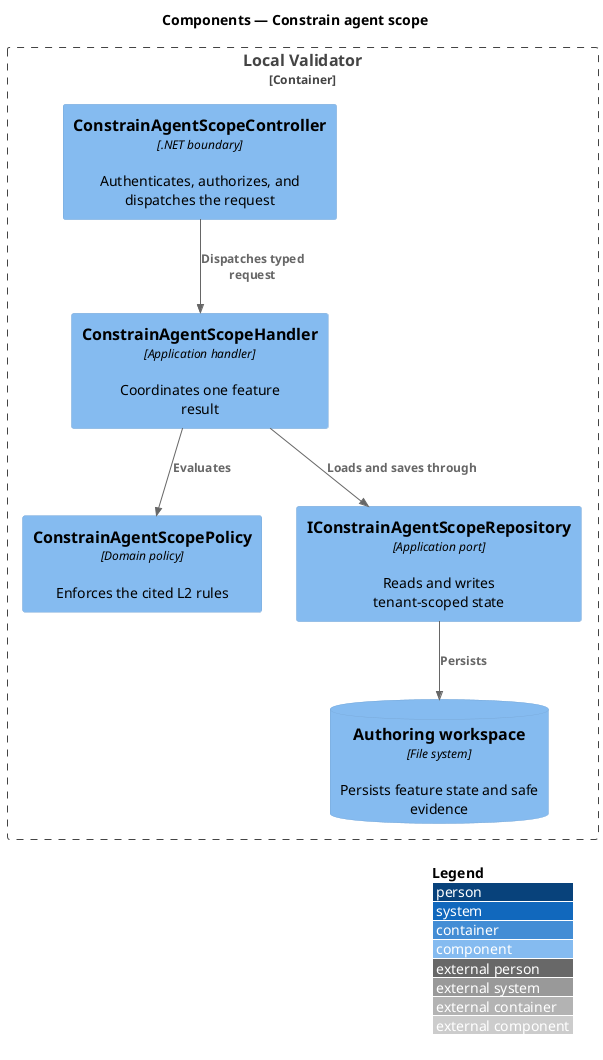
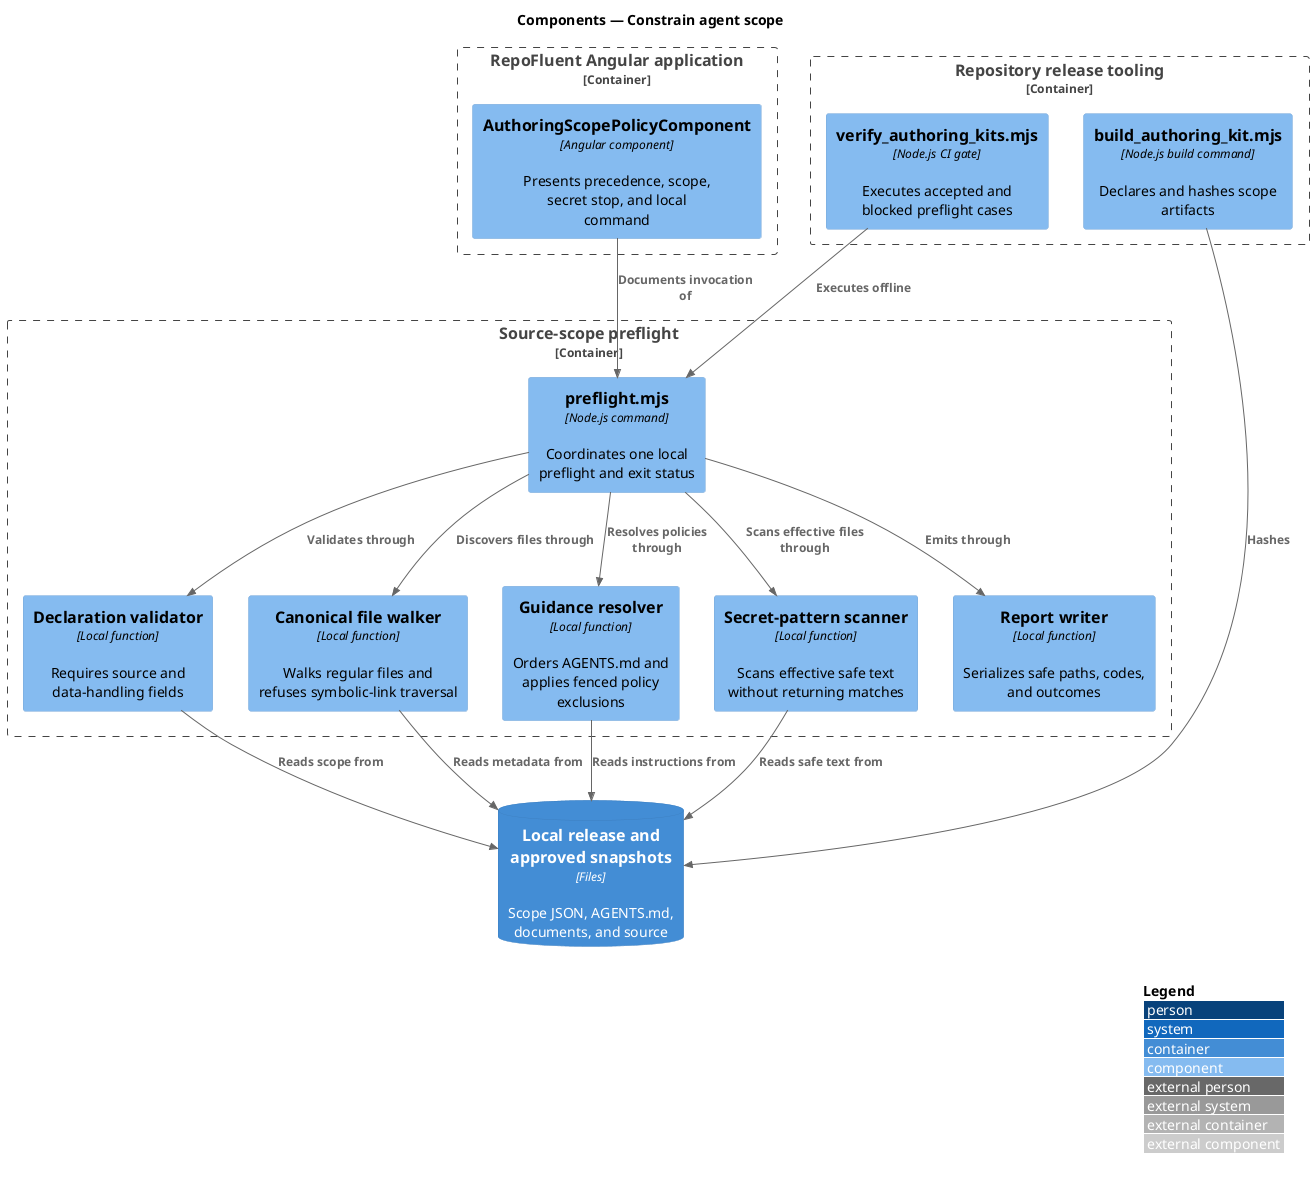
@startuml
!include <C4/C4_Component>
LAYOUT_WITH_LEGEND()
title Components — Constrain agent scope

- Container_Boundary(api, "Local Validator") {
-   Component(controller, "ConstrainAgentScopeController", ".NET boundary", "Authenticates, authorizes, and dispatches the request")
-   Component(handler, "ConstrainAgentScopeHandler", "Application handler", "Coordinates one feature result")
-   Component(policy, "ConstrainAgentScopePolicy", "Domain policy", "Enforces the cited L2 rules")
-   Component(repository, "IConstrainAgentScopeRepository", "Application port", "Reads and writes tenant-scoped state")
-   ComponentDb(store, "Authoring workspace", "File system", "Persists feature state and safe evidence")
+ Container_Boundary(web, "RepoFluent Angular application") {
+   Component(policyView, "AuthoringScopePolicyComponent", "Angular component", "Presents precedence, scope, secret stop, and local command")
}
+ Container_Boundary(command, "Source-scope preflight") {
+   Component(orchestrator, "preflight.mjs", "Node.js command", "Coordinates one local preflight and exit status")
+   Component(declaration, "Declaration validator", "Local function", "Requires source and data-handling fields")
+   Component(walker, "Canonical file walker", "Local function", "Walks regular files and refuses symbolic-link traversal")
+   Component(guidance, "Guidance resolver", "Local function", "Orders AGENTS.md and applies fenced policy exclusions")
+   Component(scanner, "Secret-pattern scanner", "Local function", "Scans effective safe text without returning matches")
+   Component(report, "Report writer", "Local function", "Serializes safe paths, codes, and outcomes")
+ }
+ Container_Boundary(tooling, "Repository release tooling") {
+   Component(builder, "build_authoring_kit.mjs", "Node.js build command", "Declares and hashes scope artifacts")
+   Component(gate, "verify_authoring_kits.mjs", "Node.js CI gate", "Executes accepted and blocked preflight cases")
+ }
+ ContainerDb(files, "Local release and approved snapshots", "Files", "Scope JSON, AGENTS.md, documents, and source")

- Rel(controller, handler, "Dispatches typed request")
- Rel(handler, policy, "Evaluates")
- Rel(handler, repository, "Loads and saves through")
- Rel(repository, store, "Persists")
+ Rel(policyView, orchestrator, "Documents invocation of")
+ Rel(orchestrator, declaration, "Validates through")
+ Rel(orchestrator, walker, "Discovers files through")
+ Rel(orchestrator, guidance, "Resolves policies through")
+ Rel(orchestrator, scanner, "Scans effective files through")
+ Rel(orchestrator, report, "Emits through")
+ Rel(declaration, files, "Reads scope from")
+ Rel(walker, files, "Reads metadata from")
+ Rel(guidance, files, "Reads instructions from")
+ Rel(scanner, files, "Reads safe text from")
+ Rel(builder, files, "Hashes")
+ Rel(gate, orchestrator, "Executes offline")
@enduml
